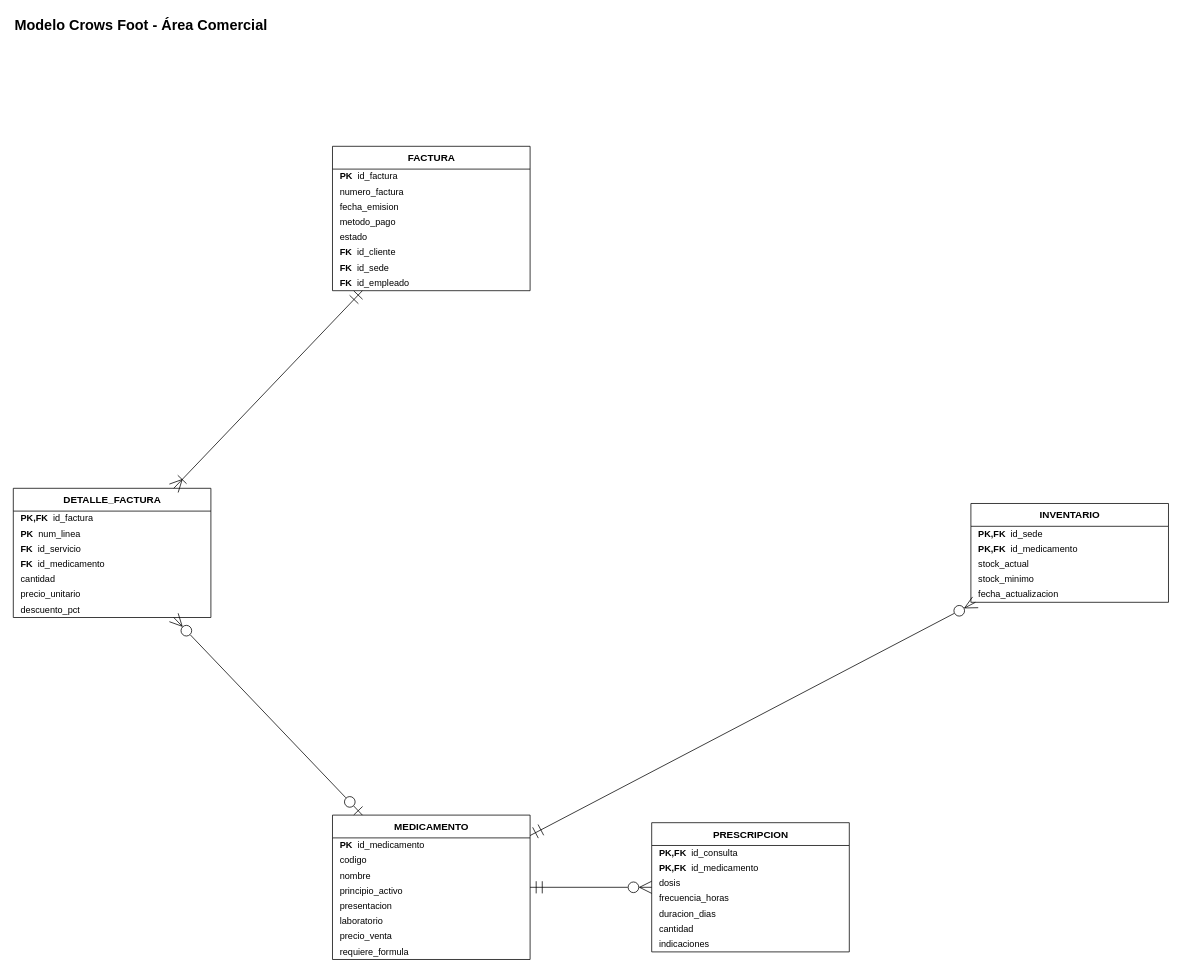
The draw.io diagram documentos/fase1/diagramas_drawio/22_CrowsFoot_Comercial.drawio in Estarlan/proyecto-bd1-sigevet, before the edit. Source tidied: cells renumbered, new cells numbered last; positions are measured from the earlier drawing's top-left corner, leaving out a move shared by most shapes. Both pictures are drawn from the tidied source at 76%, with x=0, y=0 at pixel (13, 13).
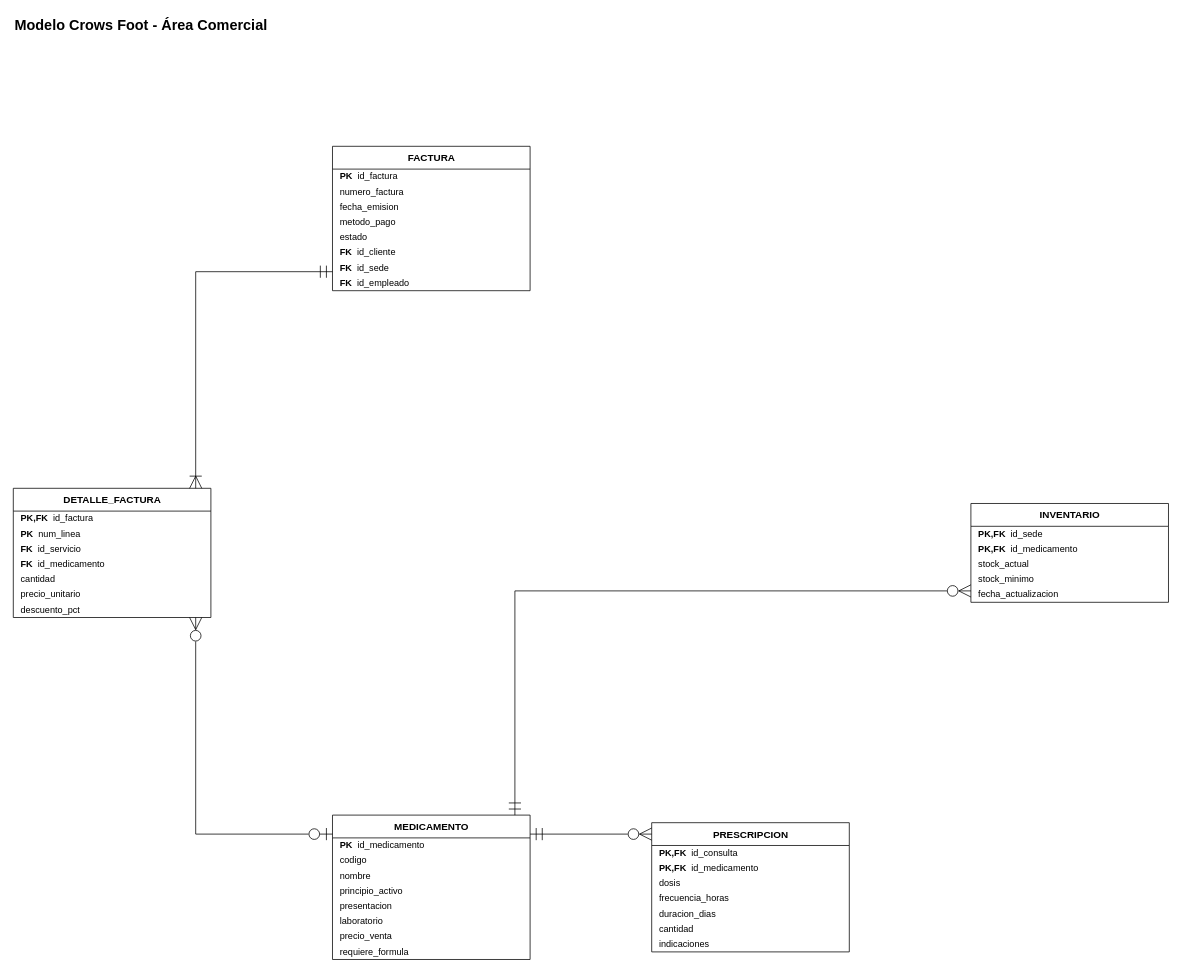
After the change.

Unchanged cells that the change refers to:
```xml
<mxCell id="3" value="MEDICAMENTO" style="swimlane;fontStyle=1;horizontal=1;startSize=30;html=1;fillColor=none;swimlaneFillColor=none;fontSize=13;" parent="1" vertex="1">
  <mxGeometry x="420" y="1055" width="260" height="190" as="geometry" />
</mxCell>
<mxCell id="12" value="PRESCRIPCION" style="swimlane;fontStyle=1;horizontal=1;startSize=30;html=1;fillColor=none;swimlaneFillColor=none;fontSize=13;" parent="1" vertex="1">
  <mxGeometry x="840" y="1065" width="260" height="170" as="geometry" />
</mxCell>
<mxCell id="20" value="INVENTARIO" style="swimlane;fontStyle=1;horizontal=1;startSize=30;html=1;fillColor=none;swimlaneFillColor=none;fontSize=13;" parent="1" vertex="1">
  <mxGeometry x="1260" y="645" width="260" height="130" as="geometry" />
</mxCell>
<mxCell id="26" value="FACTURA" style="swimlane;fontStyle=1;horizontal=1;startSize=30;html=1;fillColor=none;swimlaneFillColor=none;fontSize=13;" parent="1" vertex="1">
  <mxGeometry x="420" y="175" width="260" height="190" as="geometry" />
</mxCell>
<mxCell id="35" value="DETALLE_FACTURA" style="swimlane;fontStyle=1;horizontal=1;startSize=30;html=1;fillColor=none;swimlaneFillColor=none;fontSize=13;" parent="1" vertex="1">
  <mxGeometry y="625" width="260" height="170" as="geometry" />
</mxCell>
```

Change to the diagram source:
```diff
@@
-    <mxCell id="43" style="html=1;endArrow=none;fontSize=12;labelBackgroundColor=default;startArrow=ERzeroToMany;endArrow=ERmandOne;startFill=0;endFill=0;startSize=14;endSize=14;jumpStyle=arc;jumpSize=10;" parent="1" edge="1" source="12" target="3">
-      <mxGeometry relative="1" as="geometry" />
+    <mxCell id="43" style="html=1;endArrow=none;fontSize=12;labelBackgroundColor=default;startArrow=ERzeroToMany;endArrow=ERmandOne;startFill=0;endFill=0;startSize=14;endSize=14;jumpStyle=gap;jumpSize=8;edgeStyle=none;rounded=0;exitX=0.00000000;exitY=0.08823529;exitPerimeter=0;entryX=1.00000000;entryY=0.13157895;entryPerimeter=0;" parent="1" edge="1" source="12" target="3">
+      <mxGeometry relative="1" as="geometry">
+        <Array as="points">
+          <mxPoint x="820" y="1080" />
+          <mxPoint x="700" y="1080" />
+        </Array>
+      </mxGeometry>
     </mxCell>
-    <mxCell id="44" style="html=1;endArrow=none;fontSize=12;labelBackgroundColor=default;startArrow=ERzeroToMany;endArrow=ERmandOne;startFill=0;endFill=0;startSize=14;endSize=14;jumpStyle=arc;jumpSize=10;" parent="1" edge="1" source="20" target="3">
-      <mxGeometry relative="1" as="geometry" />
+    <mxCell id="44" style="html=1;endArrow=none;fontSize=12;labelBackgroundColor=default;startArrow=ERzeroToMany;endArrow=ERmandOne;startFill=0;endFill=0;startSize=14;endSize=14;jumpStyle=gap;jumpSize=8;edgeStyle=none;rounded=0;exitX=0.00000000;exitY=0.88461538;exitPerimeter=0;entryX=0.92307692;entryY=0.00000000;entryPerimeter=0;" parent="1" edge="1" source="20" target="3">
+      <mxGeometry relative="1" as="geometry">
+        <Array as="points">
+          <mxPoint x="1240" y="760" />
+          <mxPoint x="660" y="760" />
+          <mxPoint x="660" y="1040" />
+        </Array>
+      </mxGeometry>
     </mxCell>
-    <mxCell id="45" style="html=1;endArrow=none;fontSize=12;labelBackgroundColor=default;startArrow=ERoneToMany;endArrow=ERmandOne;startFill=0;endFill=0;startSize=14;endSize=14;jumpStyle=arc;jumpSize=10;" parent="1" edge="1" source="35" target="26">
-      <mxGeometry relative="1" as="geometry" />
+    <mxCell id="45" style="html=1;endArrow=none;fontSize=12;labelBackgroundColor=default;startArrow=ERoneToMany;endArrow=ERmandOne;startFill=0;endFill=0;startSize=14;endSize=14;jumpStyle=gap;jumpSize=8;edgeStyle=none;rounded=0;exitX=0.92307692;exitY=0.00000000;exitPerimeter=0;entryX=0.00000000;entryY=0.86842105;entryPerimeter=0;" parent="1" edge="1" source="35" target="26">
+      <mxGeometry relative="1" as="geometry">
+        <Array as="points">
+          <mxPoint x="240" y="600" />
+          <mxPoint x="240" y="340" />
+          <mxPoint x="400" y="340" />
+        </Array>
+      </mxGeometry>
     </mxCell>
-    <mxCell id="46" style="html=1;endArrow=none;fontSize=12;labelBackgroundColor=default;startArrow=ERzeroToMany;endArrow=ERzeroToOne;startFill=0;endFill=0;startSize=14;endSize=14;jumpStyle=arc;jumpSize=10;" parent="1" edge="1" source="35" target="3">
-      <mxGeometry relative="1" as="geometry" />
+    <mxCell id="46" style="html=1;endArrow=none;fontSize=12;labelBackgroundColor=default;startArrow=ERzeroToMany;endArrow=ERzeroToOne;startFill=0;endFill=0;startSize=14;endSize=14;jumpStyle=gap;jumpSize=8;edgeStyle=none;rounded=0;exitX=0.92307692;exitY=1.00000000;exitPerimeter=0;entryX=0.00000000;entryY=0.13157895;entryPerimeter=0;" parent="1" edge="1" source="35" target="3">
+      <mxGeometry relative="1" as="geometry">
+        <Array as="points">
+          <mxPoint x="240" y="820" />
+          <mxPoint x="240" y="1080" />
+          <mxPoint x="400" y="1080" />
+        </Array>
+      </mxGeometry>
     </mxCell>
```
